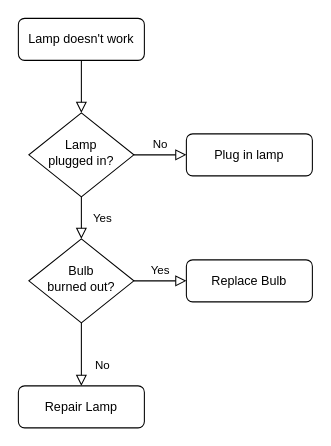
Above: TSparse.drawio in OrangeKitten/nerwork (draw.io), before the change. Source tidied: cells renumbered, new cells numbered last; positions are measured from the earlier drawing's top-left corner, leaving out a move shared by most shapes. Both pictures are drawn from the tidied source at 105%, with x=0, y=0 at pixel (18, 18).
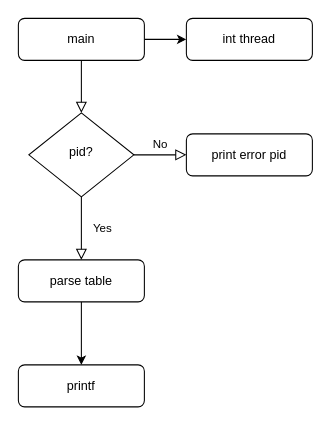
The same page after the edit.

What changed in the source:
```diff
@@
 <mxGraphModel>
   <root>
     <mxCell id="0" />
     <mxCell id="1" parent="0" />
     <mxCell id="2" style="rounded=0;html=1;jettySize=auto;fontSize=11;endArrow=block;endFill=0;endSize=8;strokeWidth=1;shadow=0;labelBackgroundColor=none;edgeStyle=orthogonalEdgeStyle;" parent="1" edge="1" source="3" target="6">
       <mxGeometry relative="1" as="geometry" />
     </mxCell>
+    <mxCell id="13" style="edgeStyle=orthogonalEdgeStyle;rounded=0;jettySize=auto;html=1;" parent="1" edge="1" source="3" target="14">
+      <mxGeometry relative="1" as="geometry" />
+    </mxCell>
-    <mxCell id="3" value="Lamp doesn't work" style="rounded=1;whiteSpace=wrap;html=1;fontSize=12;glass=0;strokeWidth=1;shadow=0;" parent="1" vertex="1">
+    <mxCell id="3" value="main" style="rounded=1;whiteSpace=wrap;html=1;fontSize=12;glass=0;strokeWidth=1;shadow=0;" parent="1" vertex="1">
       <mxGeometry width="120" height="40" as="geometry" />
     </mxCell>
-    <mxCell id="4" value="Yes" style="rounded=0;html=1;jettySize=auto;fontSize=11;endArrow=block;endFill=0;endSize=8;strokeWidth=1;shadow=0;labelBackgroundColor=none;edgeStyle=orthogonalEdgeStyle;" parent="1" edge="1" source="6" target="10">
+    <mxCell id="4" value="Yes" style="rounded=0;html=1;jettySize=auto;fontSize=11;endArrow=block;endFill=0;endSize=8;strokeWidth=1;shadow=0;labelBackgroundColor=none;edgeStyle=orthogonalEdgeStyle;entryX=0.5;entryY=0;entryDx=0;entryDy=0;" parent="1" edge="1" source="6" target="16">
       <mxGeometry y="20" relative="1" as="geometry" />
     </mxCell>
     <mxCell id="5" value="No" style="edgeStyle=orthogonalEdgeStyle;rounded=0;html=1;jettySize=auto;fontSize=11;endArrow=block;endFill=0;endSize=8;strokeWidth=1;shadow=0;labelBackgroundColor=none;" parent="1" edge="1" source="6" target="7">
       <mxGeometry y="10" relative="1" as="geometry" />
     </mxCell>
-    <mxCell id="6" value="Lamp&lt;br&gt;plugged in?" style="rhombus;whiteSpace=wrap;html=1;shadow=0;fontFamily=Helvetica;fontSize=12;align=center;strokeWidth=1;spacing=6;spacingTop=-4;" parent="1" vertex="1">
+    <mxCell id="6" value="pid?" style="rhombus;whiteSpace=wrap;html=1;shadow=0;fontFamily=Helvetica;fontSize=12;align=center;strokeWidth=1;spacing=6;spacingTop=-4;" parent="1" vertex="1">
       <mxGeometry x="10" y="90" width="100" height="80" as="geometry" />
     </mxCell>
-    <mxCell id="7" value="Plug in lamp" style="rounded=1;whiteSpace=wrap;html=1;fontSize=12;glass=0;strokeWidth=1;shadow=0;" parent="1" vertex="1">
+    <mxCell id="7" value="print error pid" style="rounded=1;whiteSpace=wrap;html=1;fontSize=12;glass=0;strokeWidth=1;shadow=0;" parent="1" vertex="1">
       <mxGeometry x="160" y="110" width="120" height="40" as="geometry" />
     </mxCell>
-    <mxCell id="8" value="No" style="rounded=0;html=1;jettySize=auto;fontSize=11;endArrow=block;endFill=0;endSize=8;strokeWidth=1;shadow=0;labelBackgroundColor=none;edgeStyle=orthogonalEdgeStyle;" parent="1" edge="1" source="10" target="11">
-      <mxGeometry x="0.33" y="20" relative="1" as="geometry" />
-    </mxCell>
-    <mxCell id="9" value="Yes" style="edgeStyle=orthogonalEdgeStyle;rounded=0;html=1;jettySize=auto;fontSize=11;endArrow=block;endFill=0;endSize=8;strokeWidth=1;shadow=0;labelBackgroundColor=none;" parent="1" edge="1" source="10" target="12">
-      <mxGeometry y="10" relative="1" as="geometry" />
-    </mxCell>
-    <mxCell id="10" value="Bulb&lt;br&gt;burned out?" style="rhombus;whiteSpace=wrap;html=1;shadow=0;fontFamily=Helvetica;fontSize=12;align=center;strokeWidth=1;spacing=6;spacingTop=-4;" parent="1" vertex="1">
-      <mxGeometry x="10" y="210" width="100" height="80" as="geometry" />
-    </mxCell>
-    <mxCell id="11" value="Repair Lamp" style="rounded=1;whiteSpace=wrap;html=1;fontSize=12;glass=0;strokeWidth=1;shadow=0;" parent="1" vertex="1">
-      <mxGeometry y="350" width="120" height="40" as="geometry" />
+    <mxCell id="11" value="printf" style="rounded=1;whiteSpace=wrap;html=1;fontSize=12;glass=0;strokeWidth=1;shadow=0;" parent="1" vertex="1">
+      <mxGeometry y="330" width="120" height="40" as="geometry" />
     </mxCell>
-    <mxCell id="12" value="Replace Bulb" style="rounded=1;whiteSpace=wrap;html=1;fontSize=12;glass=0;strokeWidth=1;shadow=0;" parent="1" vertex="1">
-      <mxGeometry x="160" y="230" width="120" height="40" as="geometry" />
-    </mxCell>
+    <mxCell id="14" value="int thread" style="rounded=1;whiteSpace=wrap;html=1;" parent="1" vertex="1">
+      <mxGeometry x="160" width="120" height="40" as="geometry" />
+    </mxCell>
+    <mxCell id="15" style="edgeStyle=orthogonalEdgeStyle;rounded=0;jettySize=auto;html=1;" parent="1" edge="1" source="16" target="11">
+      <mxGeometry relative="1" as="geometry" />
+    </mxCell>
+    <mxCell id="16" value="parse table" style="rounded=1;whiteSpace=wrap;html=1;fontSize=12;glass=0;strokeWidth=1;shadow=0;" parent="1" vertex="1">
+      <mxGeometry y="230" width="120" height="40" as="geometry" />
+    </mxCell>
   </root>
 </mxGraphModel>
```
